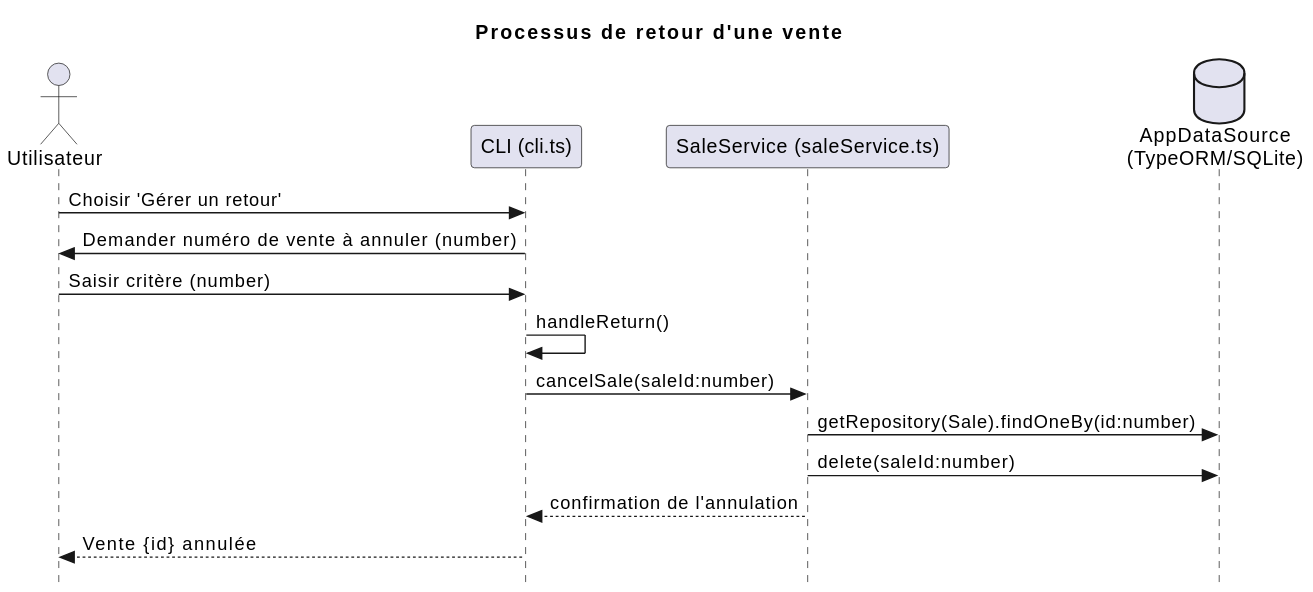
Earlier version of the PlantUML export out/docs/process/manage-return/manage-return.svg (RaphaelMailhiot/LOG430-labo). Its diagram source:
```plantuml
@startuml
skinparam style strictuml

title Processus de retour d'une vente
actor Utilisateur
participant "CLI (cli.ts)" as CLI
participant "SaleService (saleService.ts)" as SaleService
database "AppDataSource\n(TypeORM/SQLite)" as Database

Utilisateur -> CLI : Choisir 'Gérer un retour'
CLI -> Utilisateur : Demander numéro de vente à annuler (number)
Utilisateur -> CLI : Saisir critère (number)
CLI -> CLI : handleReturn()
CLI -> SaleService : cancelSale(saleId:number)
SaleService -> Database : getRepository(Sale).findOneBy(id:number)
SaleService -> Database : delete(saleId:number)
SaleService --> CLI : confirmation de l'annulation
CLI --> Utilisateur : Vente {id} annulée
@enduml
```
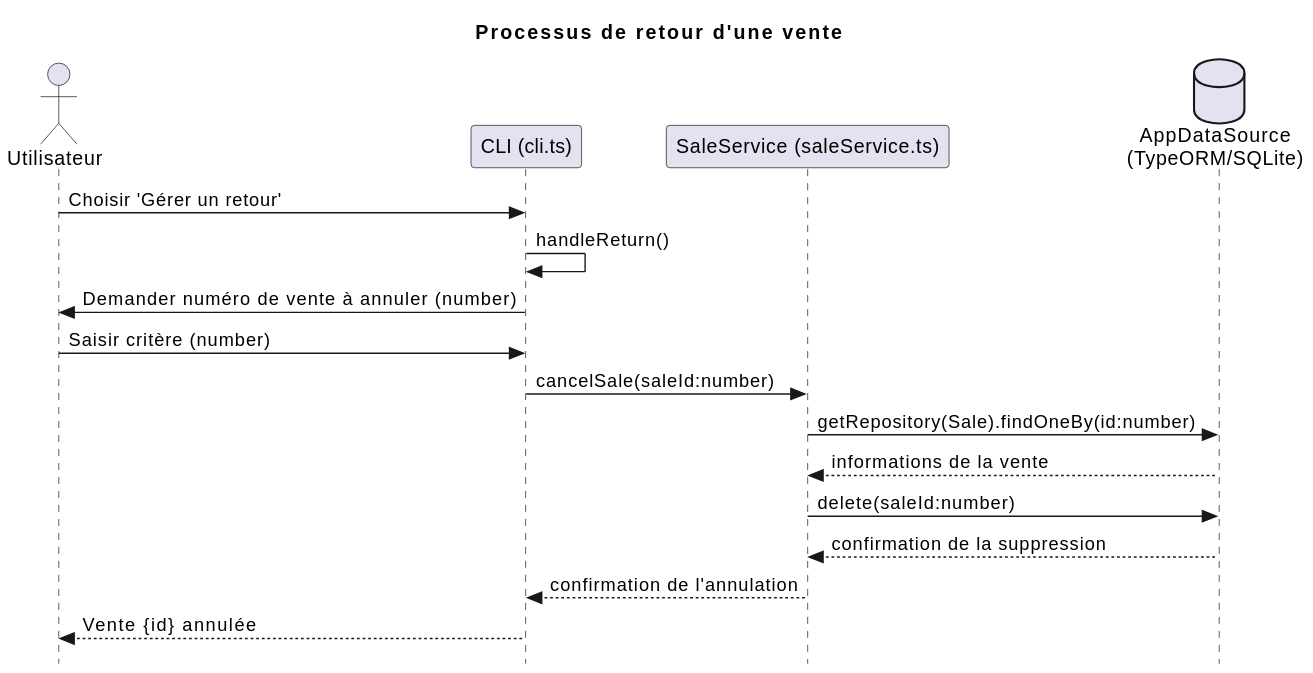
After the commit.

What changed in the source:
```diff
@@ -8,12 +8,14 @@
 database "AppDataSource\n(TypeORM/SQLite)" as Database
 
 Utilisateur -> CLI : Choisir 'Gérer un retour'
+CLI -> CLI : handleReturn()
 CLI -> Utilisateur : Demander numéro de vente à annuler (number)
 Utilisateur -> CLI : Saisir critère (number)
-CLI -> CLI : handleReturn()
 CLI -> SaleService : cancelSale(saleId:number)
 SaleService -> Database : getRepository(Sale).findOneBy(id:number)
+Database --> SaleService : informations de la vente
 SaleService -> Database : delete(saleId:number)
+Database --> SaleService : confirmation de la suppression
 SaleService --> CLI : confirmation de l'annulation
 CLI --> Utilisateur : Vente {id} annulée
 @enduml
```
